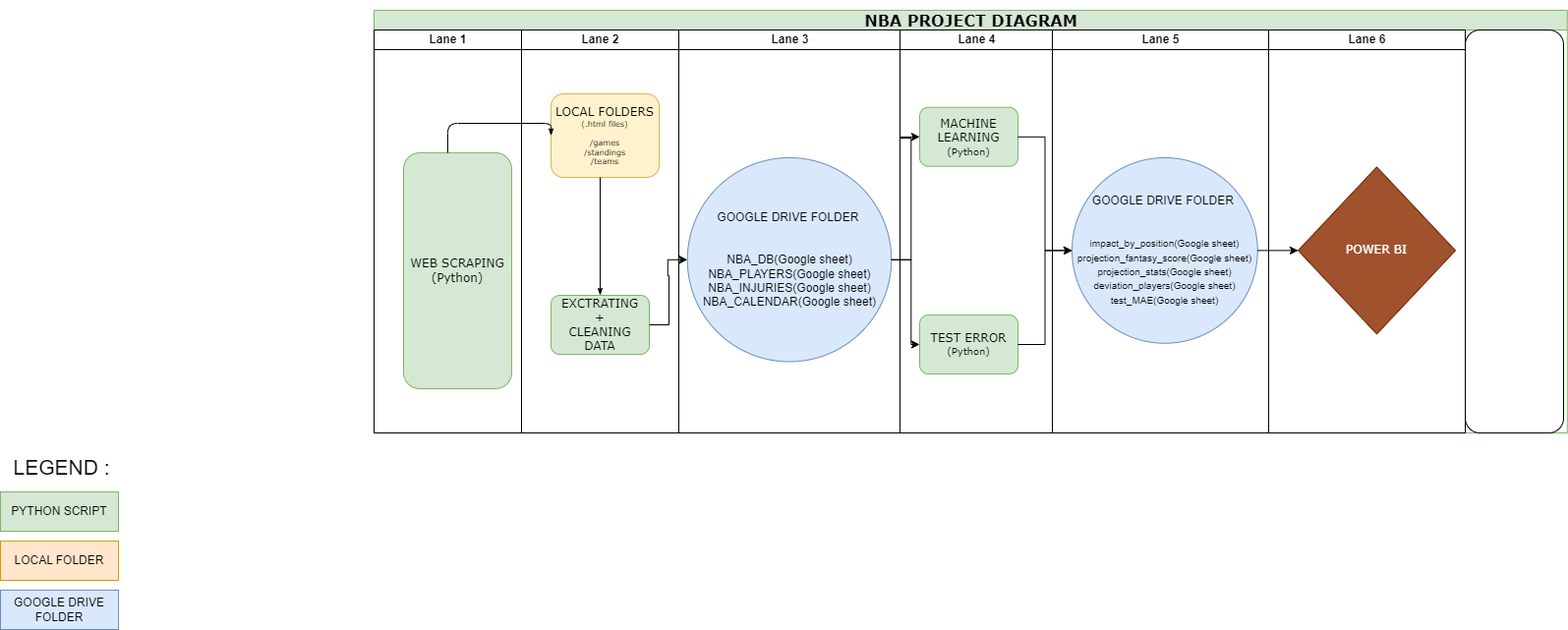
Above: Process_flow_diagram.png in aurelpow/nba_project_stats (draw.io), before the change. Source tidied: cells renumbered, new cells last; positions are measured from the earlier drawing's top-left corner, leaving out a move shared by most shapes.
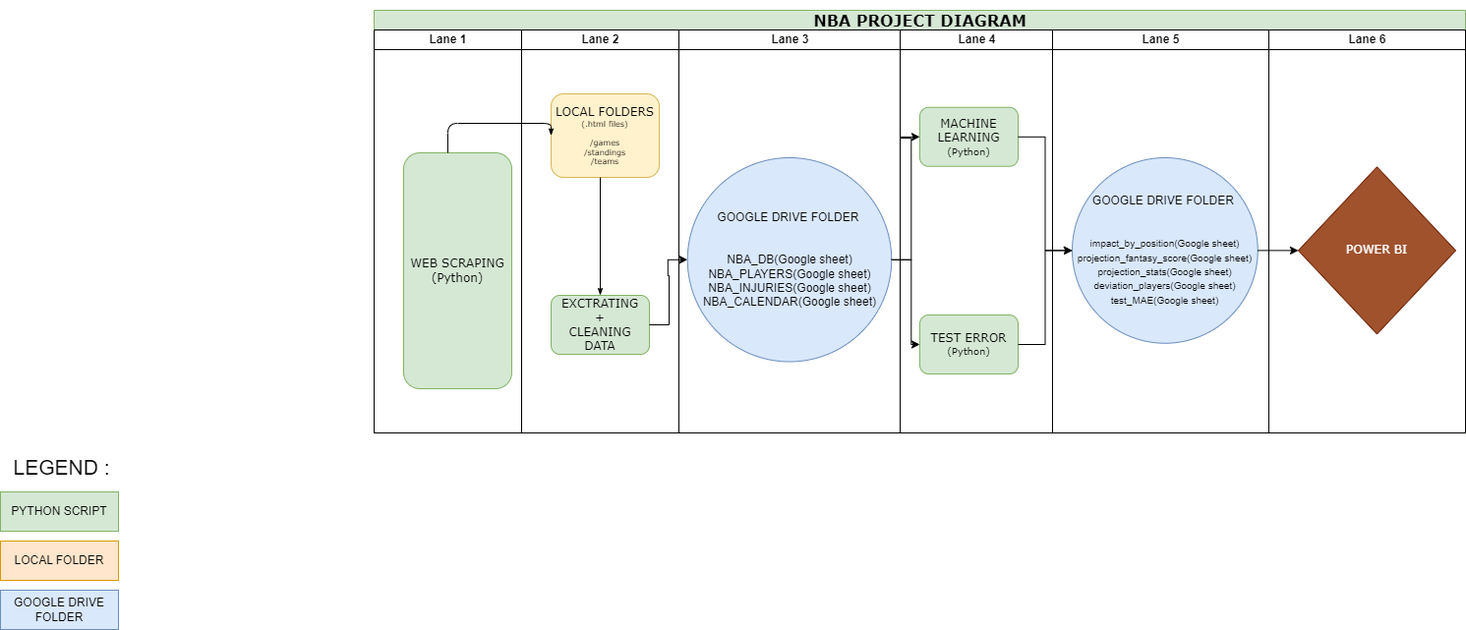
After the change.

What changed in the source:
```diff
@@ -3,7 +3,7 @@
     <mxCell id="0" />
     <mxCell id="1" parent="0" />
     <mxCell id="2" value="&lt;h1&gt;NBA PROJECT DIAGRAM&lt;/h1&gt;" style="swimlane;html=1;startSize=20;rounded=0;shadow=0;labelBackgroundColor=none;strokeWidth=1;fontFamily=Verdana;fontSize=8;align=center;fillColor=#d5e8d4;strokeColor=#82b366;" parent="1" vertex="1">
-      <mxGeometry x="380" width="1213.8" height="430" as="geometry" />
+      <mxGeometry x="380" width="1110" height="430" as="geometry" />
     </mxCell>
     <mxCell id="3" value="Lane 1" style="swimlane;html=1;startSize=20;" parent="2" vertex="1">
       <mxGeometry y="20" width="150" height="410" as="geometry" />
@@ -61,9 +61,6 @@
         </Array>
       </mxGeometry>
     </mxCell>
-    <mxCell id="19" style="rounded=1;whiteSpace=wrap;html=1;shadow=0;labelBackgroundColor=none;strokeWidth=1;fontFamily=Verdana;fontSize=8;align=center;" parent="2" vertex="1">
-      <mxGeometry x="1110" y="20" width="100" height="410" as="geometry" />
-    </mxCell>
     <mxCell id="20" style="edgeStyle=orthogonalEdgeStyle;rounded=0;jettySize=auto;html=1;entryX=0;entryY=0.5;entryDx=0;entryDy=0;" parent="2" edge="1" source="7" target="10">
       <mxGeometry relative="1" as="geometry" />
     </mxCell>
```
